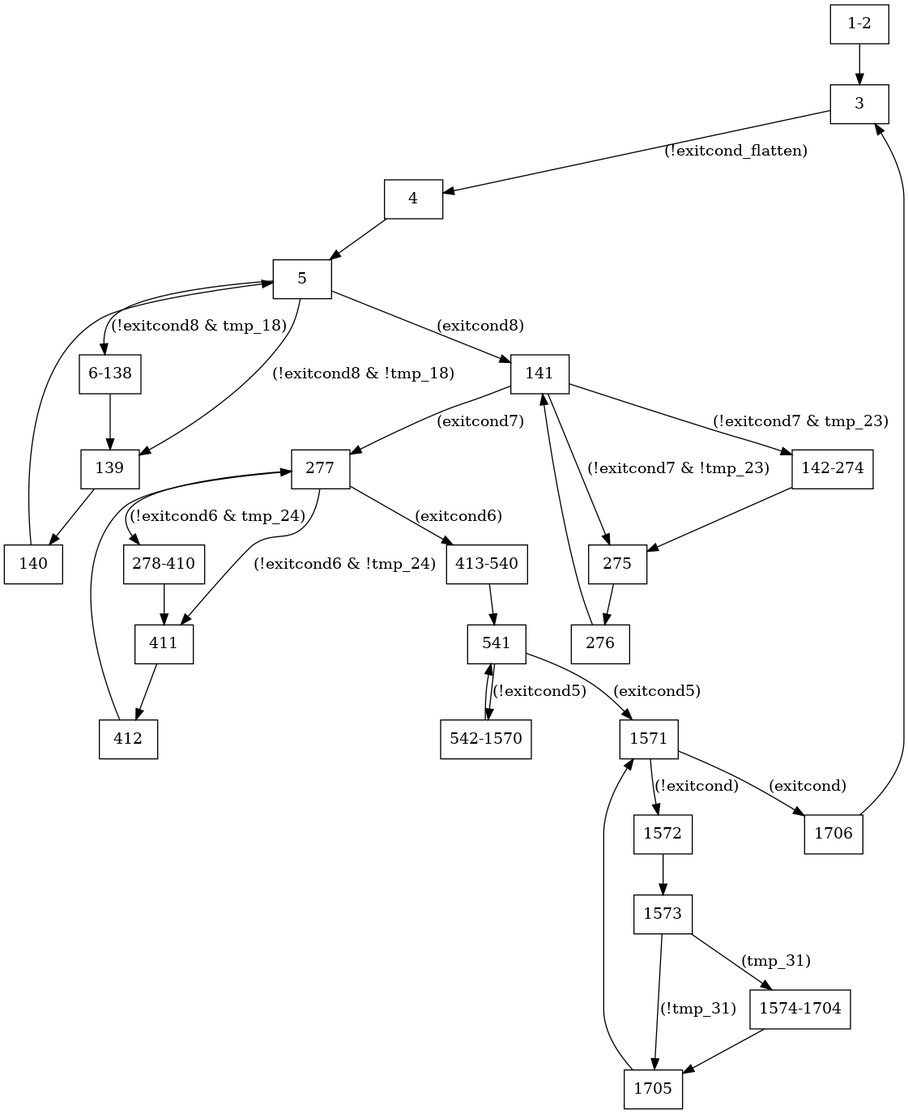
Above: examples/mvt.png in comododragon/vivado-fsmgen (Graphviz), before the change. Its source is kept beside it as examples/mvt.dot.
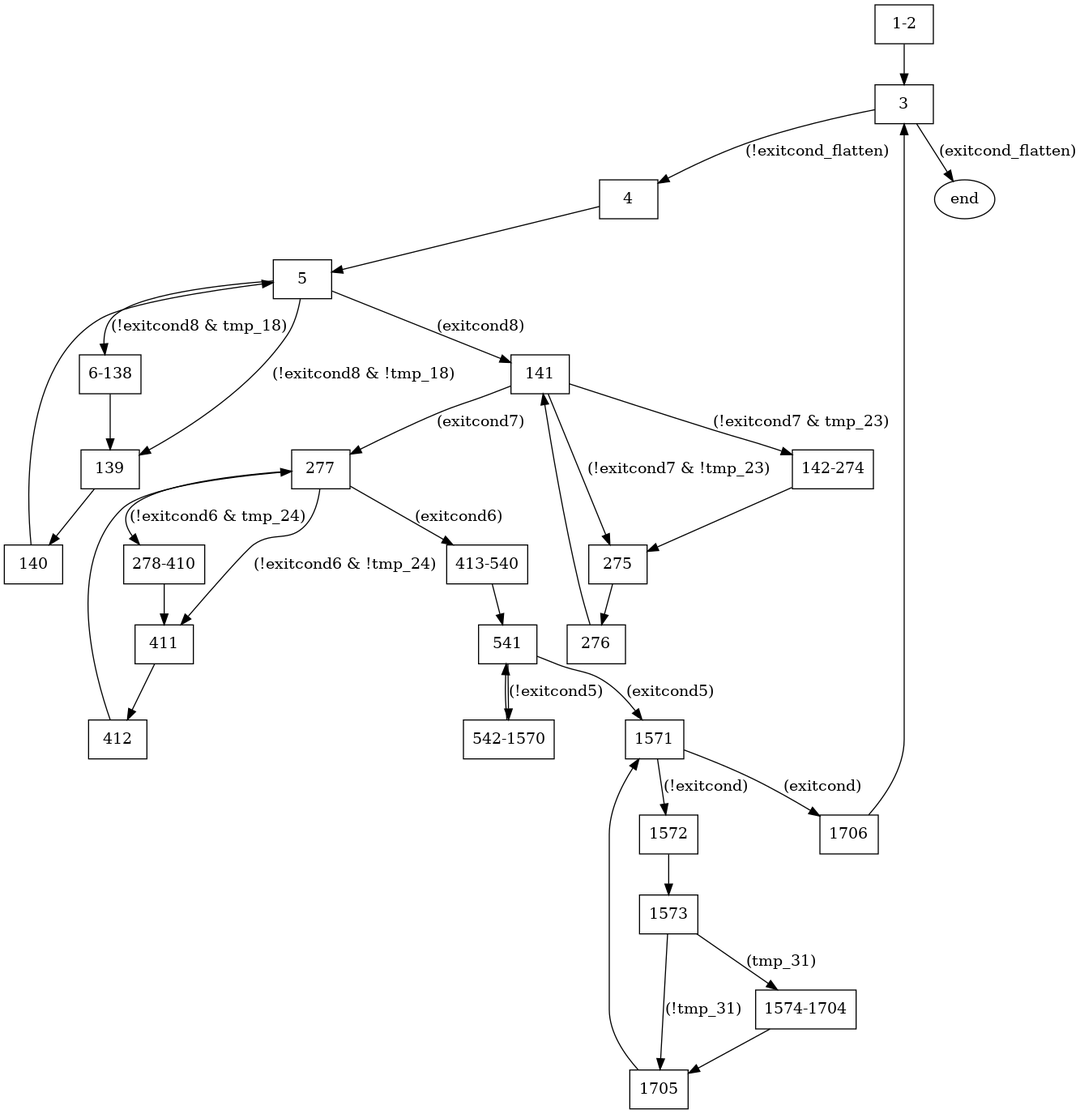
Later version of the same file.

What changed in the source:
```diff
@@ -16,6 +16,7 @@
 	n1706 [shape=record,label="1706"];
 	n1573 [shape=record,label="1573"];
 	n1705 [shape=record,label="1705"];
+	n1707 [label="end"];
 	n1to2 [shape=record,label="1-2"];
 	n6to138 [shape=record,label="6-138"];
 	n142to274 [shape=record,label="142-274"];
@@ -24,6 +25,7 @@
 	n542to1570 [shape=record,label="542-1570"];
 	n1574to1704 [shape=record,label="1574-1704"];
 	n3 -> n4 [label="(!exitcond_flatten)"];
+	n3 -> n1707 [label="(exitcond_flatten)"];
 	n4 -> n5;
 	n5 -> n139 [label="(!exitcond8 & !tmp_18)"];
 	n5 -> n141 [label="(exitcond8)"];
```
